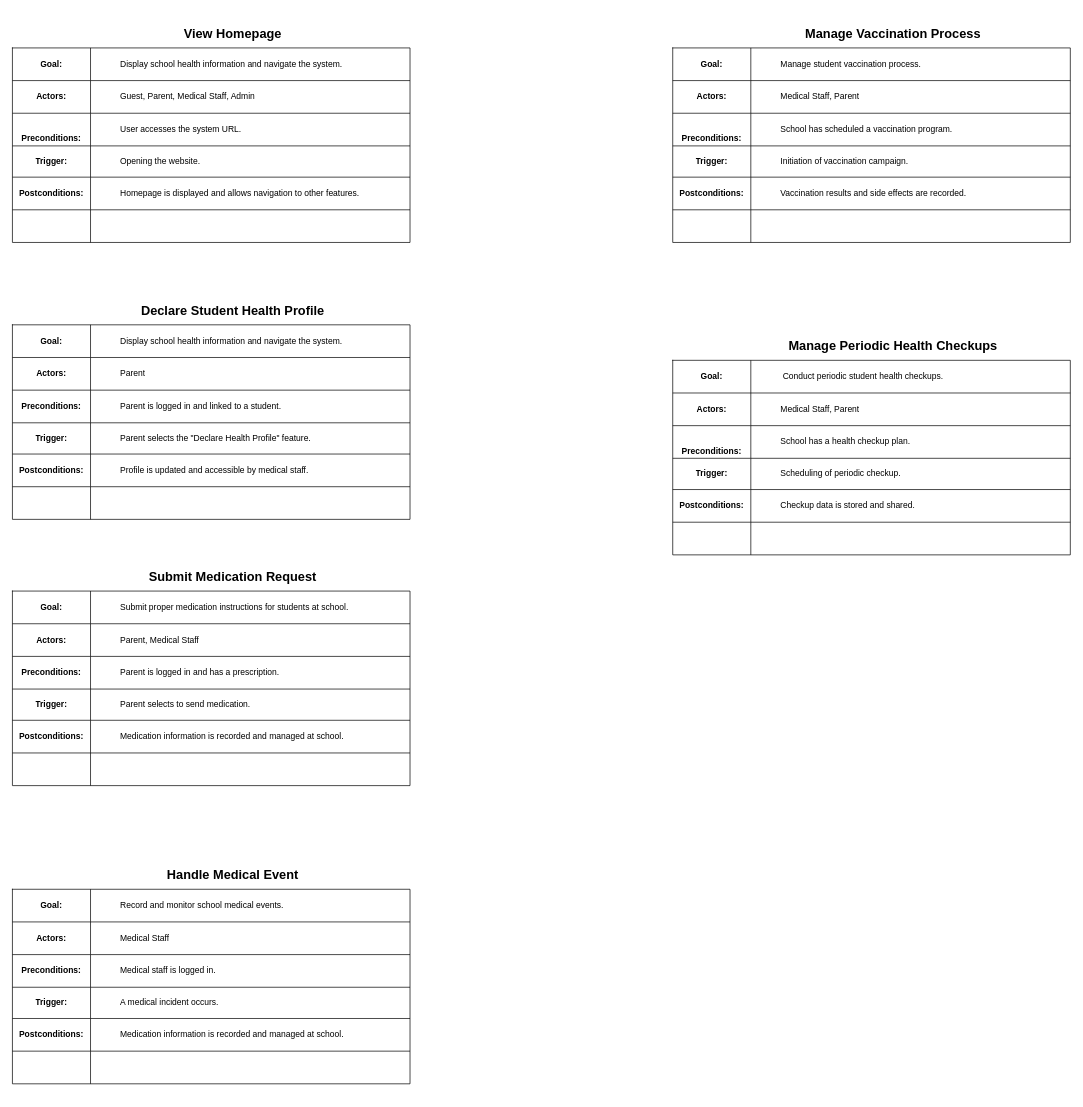
Before: usecase.drawio in oggyne259/hehe, a draw.io diagram. Source tidied: cells renumbered, new cells numbered last; positions are measured from the earlier drawing's top-left corner, leaving out a move shared by most shapes. Both pictures are drawn from the tidied source at 71%, with x=0, y=0 at pixel (12, 12).
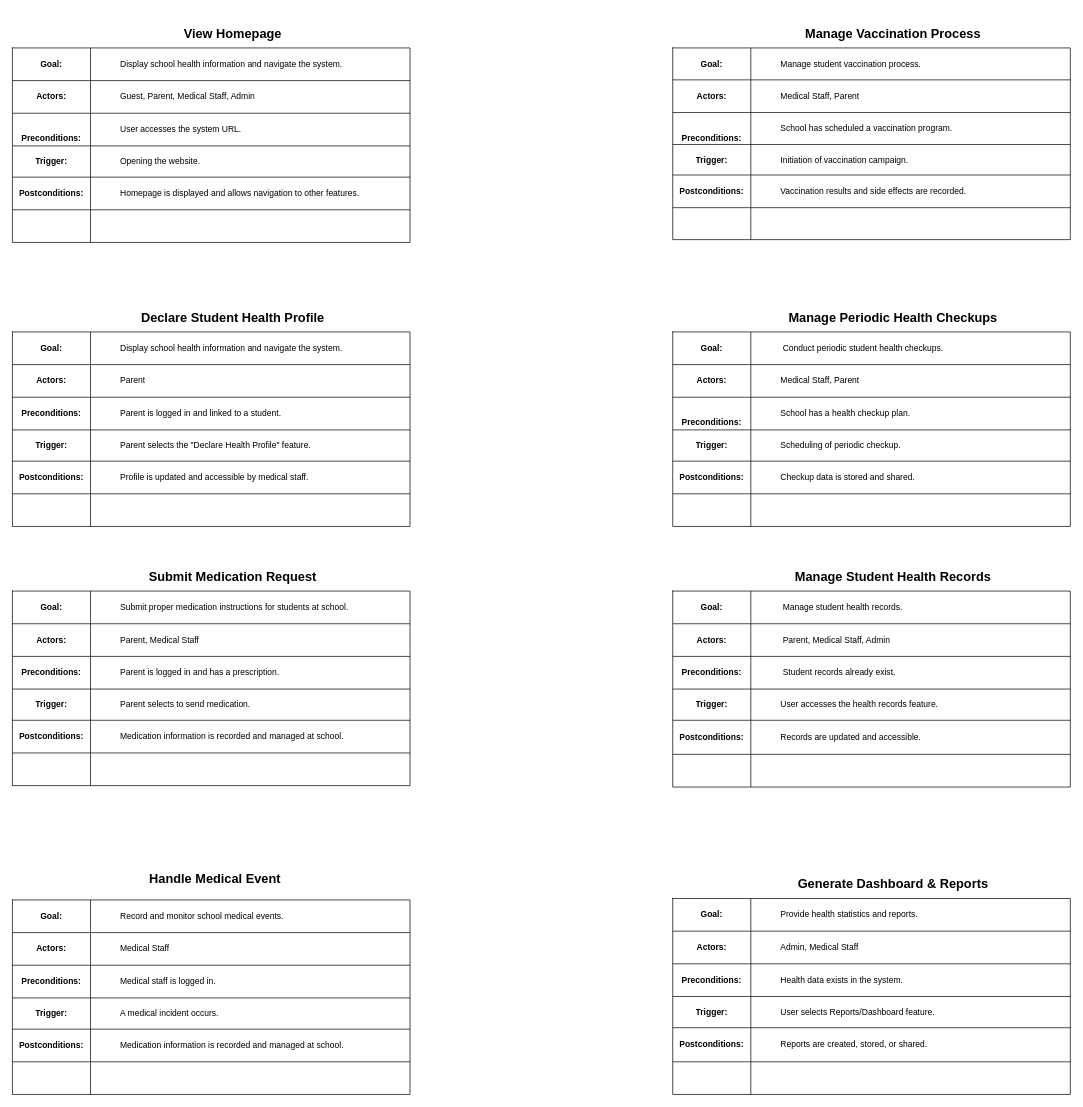
After the change.

Diff of the diagram source:
```diff
@@
     <mxCell id="22" style="shape=table;startSize=0;childLayout=tableLayout;" parent="1" vertex="1">
-      <mxGeometry y="440" width="560" height="274" as="geometry" />
+      <mxGeometry y="450" width="560" height="274" as="geometry" />
     </mxCell>
@@
     <mxCell id="41" value="&lt;p&gt;&lt;strong&gt;&lt;font style=&quot;font-size: 18px;&quot;&gt;Declare Student Health Profile&lt;/font&gt;&lt;/strong&gt;&lt;/p&gt;" style="text;html=1;align=center;verticalAlign=middle;strokeColor=none;fillColor=none;" parent="1" vertex="1">
-      <mxGeometry x="170" y="390" width="280" height="60" as="geometry" />
+      <mxGeometry x="170" y="400" width="280" height="60" as="geometry" />
     </mxCell>
@@
     <mxCell id="62" style="shape=table;startSize=0;childLayout=tableLayout;" parent="1" vertex="1">
-      <mxGeometry y="1235" width="560" height="274" as="geometry" />
+      <mxGeometry y="1250" width="560" height="274" as="geometry" />
     </mxCell>
@@
     <mxCell id="81" value="&lt;p&gt;&lt;strong&gt;&lt;font style=&quot;font-size: 18px;&quot;&gt;Handle Medical Event&lt;/font&gt;&lt;/strong&gt;&lt;/p&gt;" style="text;html=1;align=center;verticalAlign=middle;strokeColor=none;fillColor=none;" parent="1" vertex="1">
-      <mxGeometry x="205" y="1185" width="210" height="60" as="geometry" />
+      <mxGeometry x="180" y="1190" width="210" height="60" as="geometry" />
     </mxCell>
     <mxCell id="82" style="shape=table;startSize=0;childLayout=tableLayout;" parent="1" vertex="1">
-      <mxGeometry x="930" y="50" width="560" height="274" as="geometry" />
+      <mxGeometry x="930" y="50" width="560" height="270" as="geometry" />
     </mxCell>
     <mxCell id="83" style="shape=tableRow;horizontal=0;startSize=0;swimlaneHead=0;swimlaneBody=0;strokeColor=inherit;top=0;left=0;bottom=0;right=0;fillColor=none;" parent="82" vertex="1">
-      <mxGeometry width="560" height="46" as="geometry" />
+      <mxGeometry width="560" height="45" as="geometry" />
     </mxCell>
     <mxCell id="84" value="&lt;p&gt;&lt;strong&gt;Goal:&lt;/strong&gt;&lt;/p&gt;" style="shape=partialRectangle;html=1;whiteSpace=wrap;strokeColor=inherit;overflow=hidden;fillColor=none;top=0;left=0;bottom=0;right=0;" parent="83" vertex="1">
-      <mxGeometry width="110" height="46" as="geometry" />
+      <mxGeometry width="110" height="45" as="geometry" />
     </mxCell>
     <mxCell id="85" value="&lt;blockquote style=&quot;margin: 0 0 0 40px; border: none; padding: 0px;&quot;&gt;&lt;p&gt;Manage student vaccination process.&lt;/p&gt;&lt;/blockquote&gt;" style="shape=partialRectangle;html=1;whiteSpace=wrap;strokeColor=inherit;overflow=hidden;fillColor=none;top=0;left=0;bottom=0;right=0;align=left;" parent="83" vertex="1">
-      <mxGeometry x="110" width="450" height="46" as="geometry" />
+      <mxGeometry x="110" width="450" height="45" as="geometry" />
     </mxCell>
     <mxCell id="86" style="shape=tableRow;horizontal=0;startSize=0;swimlaneHead=0;swimlaneBody=0;strokeColor=inherit;top=0;left=0;bottom=0;right=0;fillColor=none;" parent="82" vertex="1">
-      <mxGeometry y="46" width="560" height="46" as="geometry" />
+      <mxGeometry y="45" width="560" height="46" as="geometry" />
     </mxCell>
@@
     <mxCell id="89" style="shape=tableRow;horizontal=0;startSize=0;swimlaneHead=0;swimlaneBody=0;strokeColor=inherit;top=0;left=0;bottom=0;right=0;fillColor=none;" parent="82" vertex="1">
-      <mxGeometry y="92" width="560" height="46" as="geometry" />
+      <mxGeometry y="91" width="560" height="45" as="geometry" />
     </mxCell>
     <mxCell id="90" value="&lt;br&gt;&lt;p&gt;&lt;span&gt;&lt;strong&gt;Preconditions:&lt;/strong&gt;&lt;/span&gt;&lt;/p&gt;" style="shape=partialRectangle;html=1;whiteSpace=wrap;strokeColor=inherit;overflow=hidden;fillColor=none;top=0;left=0;bottom=0;right=0;" parent="89" vertex="1">
-      <mxGeometry width="110" height="46" as="geometry" />
+      <mxGeometry width="110" height="45" as="geometry" />
     </mxCell>
     <mxCell id="91" value="&lt;blockquote style=&quot;margin: 0 0 0 40px; border: none; padding: 0px;&quot;&gt;&lt;p&gt;School has scheduled a vaccination program.&lt;/p&gt;&lt;/blockquote&gt;" style="shape=partialRectangle;html=1;whiteSpace=wrap;strokeColor=inherit;overflow=hidden;fillColor=none;top=0;left=0;bottom=0;right=0;align=left;" parent="89" vertex="1">
-      <mxGeometry x="110" width="450" height="46" as="geometry" />
+      <mxGeometry x="110" width="450" height="45" as="geometry" />
     </mxCell>
     <mxCell id="92" style="shape=tableRow;horizontal=0;startSize=0;swimlaneHead=0;swimlaneBody=0;strokeColor=inherit;top=0;left=0;bottom=0;right=0;fillColor=none;" parent="82" vertex="1">
-      <mxGeometry y="138" width="560" height="44" as="geometry" />
+      <mxGeometry y="136" width="560" height="43" as="geometry" />
     </mxCell>
     <mxCell id="93" value="&lt;p&gt;&lt;strong&gt;Trigger:&lt;/strong&gt;&lt;/p&gt;" style="shape=partialRectangle;html=1;whiteSpace=wrap;strokeColor=inherit;overflow=hidden;fillColor=none;top=0;left=0;bottom=0;right=0;" parent="92" vertex="1">
-      <mxGeometry width="110" height="44" as="geometry" />
+      <mxGeometry width="110" height="43" as="geometry" />
     </mxCell>
     <mxCell id="94" value="&lt;blockquote style=&quot;margin: 0 0 0 40px; border: none; padding: 0px;&quot;&gt;&lt;span style=&quot;background-color: transparent; color: light-dark(rgb(0, 0, 0), rgb(255, 255, 255));&quot;&gt;Initiation of vaccination campaign.&lt;/span&gt;&lt;/blockquote&gt;" style="shape=partialRectangle;html=1;whiteSpace=wrap;strokeColor=inherit;overflow=hidden;fillColor=none;top=0;left=0;bottom=0;right=0;align=left;" parent="92" vertex="1">
-      <mxGeometry x="110" width="450" height="44" as="geometry" />
+      <mxGeometry x="110" width="450" height="43" as="geometry" />
     </mxCell>
     <mxCell id="95" style="shape=tableRow;horizontal=0;startSize=0;swimlaneHead=0;swimlaneBody=0;strokeColor=inherit;top=0;left=0;bottom=0;right=0;fillColor=none;" parent="82" vertex="1">
-      <mxGeometry y="182" width="560" height="46" as="geometry" />
+      <mxGeometry y="179" width="560" height="46" as="geometry" />
     </mxCell>
@@
     <mxCell id="98" style="shape=tableRow;horizontal=0;startSize=0;swimlaneHead=0;swimlaneBody=0;strokeColor=inherit;top=0;left=0;bottom=0;right=0;fillColor=none;" parent="82" vertex="1">
-      <mxGeometry y="228" width="560" height="46" as="geometry" />
+      <mxGeometry y="225" width="560" height="45" as="geometry" />
     </mxCell>
     <mxCell id="99" style="shape=partialRectangle;html=1;whiteSpace=wrap;strokeColor=inherit;overflow=hidden;fillColor=none;top=0;left=0;bottom=0;right=0;" parent="98" vertex="1">
-      <mxGeometry width="110" height="46" as="geometry" />
+      <mxGeometry width="110" height="45" as="geometry" />
     </mxCell>
     <mxCell id="100" style="shape=partialRectangle;html=1;whiteSpace=wrap;strokeColor=inherit;overflow=hidden;fillColor=none;top=0;left=0;bottom=0;right=0;" parent="98" vertex="1">
-      <mxGeometry x="110" width="450" height="46" as="geometry" />
+      <mxGeometry x="110" width="450" height="45" as="geometry" />
     </mxCell>
@@
     <mxCell id="102" style="shape=table;startSize=0;childLayout=tableLayout;" parent="1" vertex="1">
-      <mxGeometry x="930" y="490" width="560" height="274" as="geometry" />
+      <mxGeometry x="930" y="450" width="560" height="274" as="geometry" />
     </mxCell>
@@
     <mxCell id="121" value="&lt;p&gt;&lt;strong&gt;&lt;font style=&quot;font-size: 18px;&quot;&gt;Manage Periodic Health Checkups&lt;/font&gt;&lt;/strong&gt;&lt;/p&gt;" style="text;html=1;align=center;verticalAlign=middle;strokeColor=none;fillColor=none;" parent="1" vertex="1">
-      <mxGeometry x="1080" y="440" width="320" height="60" as="geometry" />
+      <mxGeometry x="1080" y="400" width="320" height="60" as="geometry" />
     </mxCell>
+    <mxCell id="122" style="shape=table;startSize=0;childLayout=tableLayout;" parent="1" vertex="1">
+      <mxGeometry x="930" y="815" width="560" height="276" as="geometry" />
+    </mxCell>
+    <mxCell id="123" style="shape=tableRow;horizontal=0;startSize=0;swimlaneHead=0;swimlaneBody=0;strokeColor=inherit;top=0;left=0;bottom=0;right=0;fillColor=none;" parent="122" vertex="1">
+      <mxGeometry width="560" height="46" as="geometry" />
+    </mxCell>
+    <mxCell id="124" value="&lt;p&gt;&lt;strong&gt;Goal:&lt;/strong&gt;&lt;/p&gt;" style="shape=partialRectangle;html=1;whiteSpace=wrap;strokeColor=inherit;overflow=hidden;fillColor=none;top=0;left=0;bottom=0;right=0;" parent="123" vertex="1">
+      <mxGeometry width="110" height="46" as="geometry" />
+    </mxCell>
+    <mxCell id="125" value="&lt;blockquote style=&quot;margin: 0 0 0 40px; border: none; padding: 0px;&quot;&gt;&lt;p&gt;&amp;nbsp;Manage student health records.&lt;/p&gt;&lt;/blockquote&gt;" style="shape=partialRectangle;html=1;whiteSpace=wrap;strokeColor=inherit;overflow=hidden;fillColor=none;top=0;left=0;bottom=0;right=0;align=left;" parent="123" vertex="1">
+      <mxGeometry x="110" width="450" height="46" as="geometry" />
+    </mxCell>
+    <mxCell id="126" style="shape=tableRow;horizontal=0;startSize=0;swimlaneHead=0;swimlaneBody=0;strokeColor=inherit;top=0;left=0;bottom=0;right=0;fillColor=none;" parent="122" vertex="1">
+      <mxGeometry y="46" width="560" height="46" as="geometry" />
+    </mxCell>
+    <mxCell id="127" value="&lt;p&gt;&lt;strong&gt;Actors:&lt;/strong&gt;&lt;/p&gt;" style="shape=partialRectangle;html=1;whiteSpace=wrap;strokeColor=inherit;overflow=hidden;fillColor=none;top=0;left=0;bottom=0;right=0;" parent="126" vertex="1">
+      <mxGeometry width="110" height="46" as="geometry" />
+    </mxCell>
+    <mxCell id="128" value="&lt;blockquote style=&quot;margin: 0 0 0 40px; border: none; padding: 0px;&quot;&gt;&lt;p&gt;&amp;nbsp;Parent, Medical Staff, Admin&lt;/p&gt;&lt;/blockquote&gt;" style="shape=partialRectangle;html=1;whiteSpace=wrap;strokeColor=inherit;overflow=hidden;fillColor=none;top=0;left=0;bottom=0;right=0;align=left;" parent="126" vertex="1">
+      <mxGeometry x="110" width="450" height="46" as="geometry" />
+    </mxCell>
+    <mxCell id="129" style="shape=tableRow;horizontal=0;startSize=0;swimlaneHead=0;swimlaneBody=0;strokeColor=inherit;top=0;left=0;bottom=0;right=0;fillColor=none;" parent="122" vertex="1">
+      <mxGeometry y="92" width="560" height="46" as="geometry" />
+    </mxCell>
+    <mxCell id="130" value="&lt;p&gt;&lt;span&gt;&lt;strong&gt;Preconditions:&lt;/strong&gt;&lt;/span&gt;&lt;/p&gt;" style="shape=partialRectangle;html=1;whiteSpace=wrap;strokeColor=inherit;overflow=hidden;fillColor=none;top=0;left=0;bottom=0;right=0;" parent="129" vertex="1">
+      <mxGeometry width="110" height="46" as="geometry" />
+    </mxCell>
+    <mxCell id="131" value="&lt;blockquote style=&quot;margin: 0 0 0 40px; border: none; padding: 0px;&quot;&gt;&lt;p&gt;&amp;nbsp;Student records already exist.&lt;/p&gt;&lt;/blockquote&gt;" style="shape=partialRectangle;html=1;whiteSpace=wrap;strokeColor=inherit;overflow=hidden;fillColor=none;top=0;left=0;bottom=0;right=0;align=left;" parent="129" vertex="1">
+      <mxGeometry x="110" width="450" height="46" as="geometry" />
+    </mxCell>
+    <mxCell id="132" style="shape=tableRow;horizontal=0;startSize=0;swimlaneHead=0;swimlaneBody=0;strokeColor=inherit;top=0;left=0;bottom=0;right=0;fillColor=none;" parent="122" vertex="1">
+      <mxGeometry y="138" width="560" height="44" as="geometry" />
+    </mxCell>
+    <mxCell id="133" value="&lt;p&gt;&lt;strong&gt;Trigger:&lt;/strong&gt;&lt;/p&gt;" style="shape=partialRectangle;html=1;whiteSpace=wrap;strokeColor=inherit;overflow=hidden;fillColor=none;top=0;left=0;bottom=0;right=0;" parent="132" vertex="1">
+      <mxGeometry width="110" height="44" as="geometry" />
+    </mxCell>
+    <mxCell id="134" value="&lt;blockquote style=&quot;margin: 0 0 0 40px; border: none; padding: 0px;&quot;&gt;&lt;p&gt;User accesses the health records feature.&lt;/p&gt;&lt;/blockquote&gt;" style="shape=partialRectangle;html=1;whiteSpace=wrap;strokeColor=inherit;overflow=hidden;fillColor=none;top=0;left=0;bottom=0;right=0;align=left;" parent="132" vertex="1">
+      <mxGeometry x="110" width="450" height="44" as="geometry" />
+    </mxCell>
+    <mxCell id="135" style="shape=tableRow;horizontal=0;startSize=0;swimlaneHead=0;swimlaneBody=0;strokeColor=inherit;top=0;left=0;bottom=0;right=0;fillColor=none;" parent="122" vertex="1">
+      <mxGeometry y="182" width="560" height="48" as="geometry" />
+    </mxCell>
+    <mxCell id="136" value="&lt;p&gt;&lt;strong&gt;Postconditions:&lt;/strong&gt;&lt;/p&gt;" style="shape=partialRectangle;html=1;whiteSpace=wrap;strokeColor=inherit;overflow=hidden;fillColor=none;top=0;left=0;bottom=0;right=0;" parent="135" vertex="1">
+      <mxGeometry width="110" height="48" as="geometry" />
+    </mxCell>
+    <mxCell id="137" value="&lt;blockquote style=&quot;margin: 0 0 0 40px; border: none; padding: 0px;&quot;&gt;&lt;p&gt;Records are updated and accessible.&lt;/p&gt;&lt;/blockquote&gt;" style="shape=partialRectangle;html=1;whiteSpace=wrap;strokeColor=inherit;overflow=hidden;fillColor=none;top=0;left=0;bottom=0;right=0;align=left;" parent="135" vertex="1">
+      <mxGeometry x="110" width="450" height="48" as="geometry" />
+    </mxCell>
+    <mxCell id="138" style="shape=tableRow;horizontal=0;startSize=0;swimlaneHead=0;swimlaneBody=0;strokeColor=inherit;top=0;left=0;bottom=0;right=0;fillColor=none;" parent="122" vertex="1">
+      <mxGeometry y="230" width="560" height="46" as="geometry" />
+    </mxCell>
+    <mxCell id="139" style="shape=partialRectangle;html=1;whiteSpace=wrap;strokeColor=inherit;overflow=hidden;fillColor=none;top=0;left=0;bottom=0;right=0;" parent="138" vertex="1">
+      <mxGeometry width="110" height="46" as="geometry" />
+    </mxCell>
+    <mxCell id="140" style="shape=partialRectangle;html=1;whiteSpace=wrap;strokeColor=inherit;overflow=hidden;fillColor=none;top=0;left=0;bottom=0;right=0;" parent="138" vertex="1">
+      <mxGeometry x="110" width="450" height="46" as="geometry" />
+    </mxCell>
+    <mxCell id="141" value="&lt;p&gt;&lt;strong&gt;&lt;font style=&quot;font-size: 18px;&quot;&gt;Manage Student Health Records&lt;/font&gt;&lt;/strong&gt;&lt;/p&gt;" style="text;html=1;align=center;verticalAlign=middle;strokeColor=none;fillColor=none;" parent="1" vertex="1">
+      <mxGeometry x="1090" y="765" width="300" height="60" as="geometry" />
+    </mxCell>
+    <mxCell id="142" style="shape=table;startSize=0;childLayout=tableLayout;" parent="1" vertex="1">
+      <mxGeometry x="930" y="1248" width="560" height="276" as="geometry" />
+    </mxCell>
+    <mxCell id="143" style="shape=tableRow;horizontal=0;startSize=0;swimlaneHead=0;swimlaneBody=0;strokeColor=inherit;top=0;left=0;bottom=0;right=0;fillColor=none;" parent="142" vertex="1">
+      <mxGeometry width="560" height="46" as="geometry" />
+    </mxCell>
+    <mxCell id="144" value="&lt;p&gt;&lt;strong&gt;Goal:&lt;/strong&gt;&lt;/p&gt;" style="shape=partialRectangle;html=1;whiteSpace=wrap;strokeColor=inherit;overflow=hidden;fillColor=none;top=0;left=0;bottom=0;right=0;" parent="143" vertex="1">
+      <mxGeometry width="110" height="46" as="geometry" />
+    </mxCell>
+    <mxCell id="145" value="&lt;blockquote style=&quot;margin: 0 0 0 40px; border: none; padding: 0px;&quot;&gt;&lt;p&gt;Provide health statistics and reports.&lt;/p&gt;&lt;/blockquote&gt;" style="shape=partialRectangle;html=1;whiteSpace=wrap;strokeColor=inherit;overflow=hidden;fillColor=none;top=0;left=0;bottom=0;right=0;align=left;" parent="143" vertex="1">
+      <mxGeometry x="110" width="450" height="46" as="geometry" />
+    </mxCell>
+    <mxCell id="146" style="shape=tableRow;horizontal=0;startSize=0;swimlaneHead=0;swimlaneBody=0;strokeColor=inherit;top=0;left=0;bottom=0;right=0;fillColor=none;" parent="142" vertex="1">
+      <mxGeometry y="46" width="560" height="46" as="geometry" />
+    </mxCell>
+    <mxCell id="147" value="&lt;p&gt;&lt;strong&gt;Actors:&lt;/strong&gt;&lt;/p&gt;" style="shape=partialRectangle;html=1;whiteSpace=wrap;strokeColor=inherit;overflow=hidden;fillColor=none;top=0;left=0;bottom=0;right=0;" parent="146" vertex="1">
+      <mxGeometry width="110" height="46" as="geometry" />
+    </mxCell>
+    <mxCell id="148" value="&lt;blockquote style=&quot;margin: 0 0 0 40px; border: none; padding: 0px;&quot;&gt;&lt;p&gt;Admin, Medical Staff&lt;/p&gt;&lt;/blockquote&gt;" style="shape=partialRectangle;html=1;whiteSpace=wrap;strokeColor=inherit;overflow=hidden;fillColor=none;top=0;left=0;bottom=0;right=0;align=left;" parent="146" vertex="1">
+      <mxGeometry x="110" width="450" height="46" as="geometry" />
+    </mxCell>
+    <mxCell id="149" style="shape=tableRow;horizontal=0;startSize=0;swimlaneHead=0;swimlaneBody=0;strokeColor=inherit;top=0;left=0;bottom=0;right=0;fillColor=none;" parent="142" vertex="1">
+      <mxGeometry y="92" width="560" height="46" as="geometry" />
+    </mxCell>
+    <mxCell id="150" value="&lt;p&gt;&lt;span&gt;&lt;strong&gt;Preconditions:&lt;/strong&gt;&lt;/span&gt;&lt;/p&gt;" style="shape=partialRectangle;html=1;whiteSpace=wrap;strokeColor=inherit;overflow=hidden;fillColor=none;top=0;left=0;bottom=0;right=0;" parent="149" vertex="1">
+      <mxGeometry width="110" height="46" as="geometry" />
+    </mxCell>
+    <mxCell id="151" value="&lt;blockquote style=&quot;margin: 0 0 0 40px; border: none; padding: 0px;&quot;&gt;&lt;span style=&quot;background-color: transparent; color: light-dark(rgb(0, 0, 0), rgb(255, 255, 255));&quot;&gt;Health data exists in the system.&lt;/span&gt;&lt;/blockquote&gt;" style="shape=partialRectangle;html=1;whiteSpace=wrap;strokeColor=inherit;overflow=hidden;fillColor=none;top=0;left=0;bottom=0;right=0;align=left;" parent="149" vertex="1">
+      <mxGeometry x="110" width="450" height="46" as="geometry" />
+    </mxCell>
+    <mxCell id="152" style="shape=tableRow;horizontal=0;startSize=0;swimlaneHead=0;swimlaneBody=0;strokeColor=inherit;top=0;left=0;bottom=0;right=0;fillColor=none;" parent="142" vertex="1">
+      <mxGeometry y="138" width="560" height="44" as="geometry" />
+    </mxCell>
+    <mxCell id="153" value="&lt;p&gt;&lt;strong&gt;Trigger:&lt;/strong&gt;&lt;/p&gt;" style="shape=partialRectangle;html=1;whiteSpace=wrap;strokeColor=inherit;overflow=hidden;fillColor=none;top=0;left=0;bottom=0;right=0;" parent="152" vertex="1">
+      <mxGeometry width="110" height="44" as="geometry" />
+    </mxCell>
+    <mxCell id="154" value="&lt;blockquote style=&quot;margin: 0 0 0 40px; border: none; padding: 0px;&quot;&gt;&lt;p&gt;User selects Reports/Dashboard feature.&lt;/p&gt;&lt;/blockquote&gt;" style="shape=partialRectangle;html=1;whiteSpace=wrap;strokeColor=inherit;overflow=hidden;fillColor=none;top=0;left=0;bottom=0;right=0;align=left;" parent="152" vertex="1">
+      <mxGeometry x="110" width="450" height="44" as="geometry" />
+    </mxCell>
+    <mxCell id="155" style="shape=tableRow;horizontal=0;startSize=0;swimlaneHead=0;swimlaneBody=0;strokeColor=inherit;top=0;left=0;bottom=0;right=0;fillColor=none;" parent="142" vertex="1">
+      <mxGeometry y="182" width="560" height="48" as="geometry" />
+    </mxCell>
+    <mxCell id="156" value="&lt;p&gt;&lt;strong&gt;Postconditions:&lt;/strong&gt;&lt;/p&gt;" style="shape=partialRectangle;html=1;whiteSpace=wrap;strokeColor=inherit;overflow=hidden;fillColor=none;top=0;left=0;bottom=0;right=0;" parent="155" vertex="1">
+      <mxGeometry width="110" height="48" as="geometry" />
+    </mxCell>
+    <mxCell id="157" value="&lt;blockquote style=&quot;margin: 0 0 0 40px; border: none; padding: 0px;&quot;&gt;&lt;p&gt;Reports are created, stored, or shared.&lt;/p&gt;&lt;/blockquote&gt;" style="shape=partialRectangle;html=1;whiteSpace=wrap;strokeColor=inherit;overflow=hidden;fillColor=none;top=0;left=0;bottom=0;right=0;align=left;" parent="155" vertex="1">
+      <mxGeometry x="110" width="450" height="48" as="geometry" />
+    </mxCell>
+    <mxCell id="158" style="shape=tableRow;horizontal=0;startSize=0;swimlaneHead=0;swimlaneBody=0;strokeColor=inherit;top=0;left=0;bottom=0;right=0;fillColor=none;" parent="142" vertex="1">
+      <mxGeometry y="230" width="560" height="46" as="geometry" />
+    </mxCell>
+    <mxCell id="159" style="shape=partialRectangle;html=1;whiteSpace=wrap;strokeColor=inherit;overflow=hidden;fillColor=none;top=0;left=0;bottom=0;right=0;" parent="158" vertex="1">
+      <mxGeometry width="110" height="46" as="geometry" />
+    </mxCell>
+    <mxCell id="160" style="shape=partialRectangle;html=1;whiteSpace=wrap;strokeColor=inherit;overflow=hidden;fillColor=none;top=0;left=0;bottom=0;right=0;" parent="158" vertex="1">
+      <mxGeometry x="110" width="450" height="46" as="geometry" />
+    </mxCell>
+    <mxCell id="161" value="&lt;p&gt;&lt;strong&gt;&lt;font style=&quot;font-size: 18px;&quot;&gt;Generate Dashboard &amp;amp; Reports&lt;/font&gt;&lt;/strong&gt;&lt;/p&gt;" style="text;html=1;align=center;verticalAlign=middle;strokeColor=none;fillColor=none;" parent="1" vertex="1">
+      <mxGeometry x="1095" y="1198" width="290" height="60" as="geometry" />
+    </mxCell>
```
